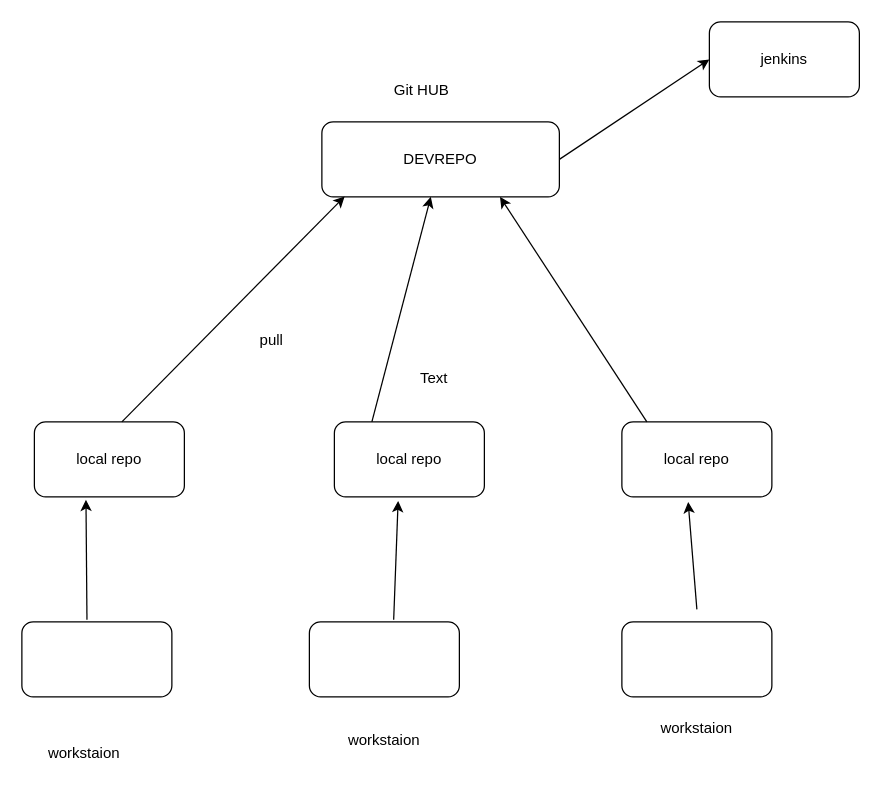
Above: git.drawio in nishankainfotech/devops-CETBIZ (draw.io), before the change. Source tidied: cells renumbered, new cells numbered last; positions are measured from the earlier drawing's top-left corner, leaving out a move shared by most shapes. Both pictures are drawn from the tidied source at 125%, with x=0, y=0 at pixel (21, 21).
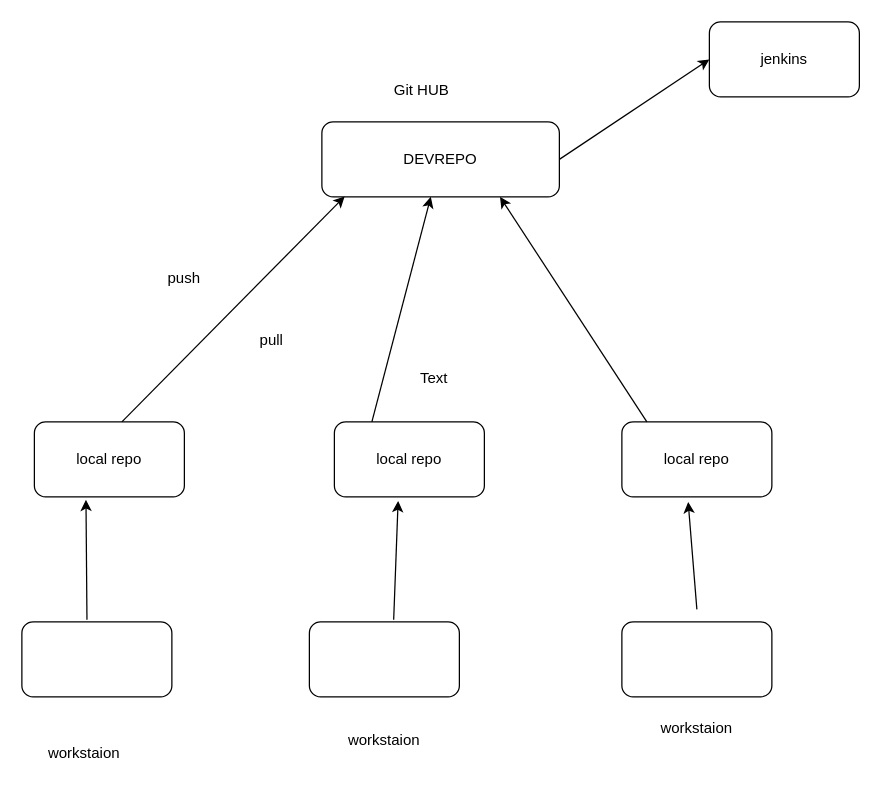
Above is the later version.

The edit, as a diff of the source:
```diff
@@
+    <mxCell id="23" value="push" style="text;html=1;strokeColor=none;fillColor=none;align=center;verticalAlign=middle;whiteSpace=wrap;rounded=0;" parent="1" vertex="1">
+      <mxGeometry x="100" y="190" width="60" height="30" as="geometry" />
+    </mxCell>
```
